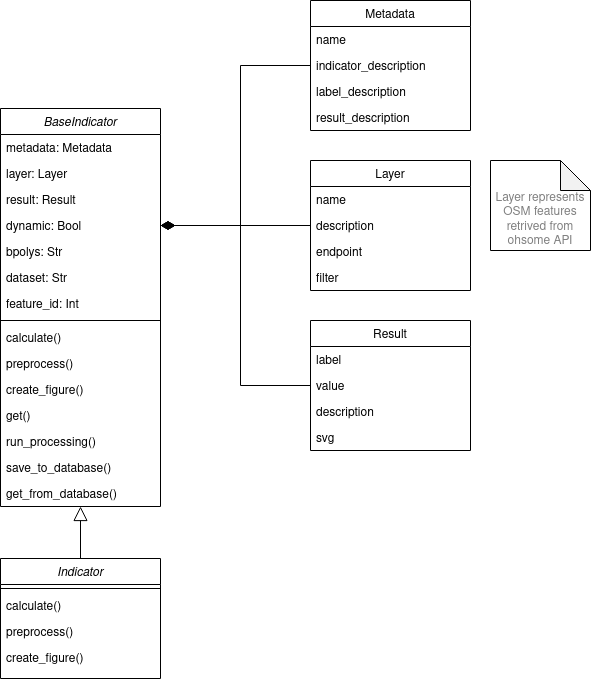
GIScience/ohsome-quality-api keeps this draw.io diagram as docs/UML-Class-Diagram.png. Above is the earlier version. Source tidied: cells renumbered, new cells last; positions are measured from the earlier drawing's top-left corner, leaving out a move shared by most shapes.
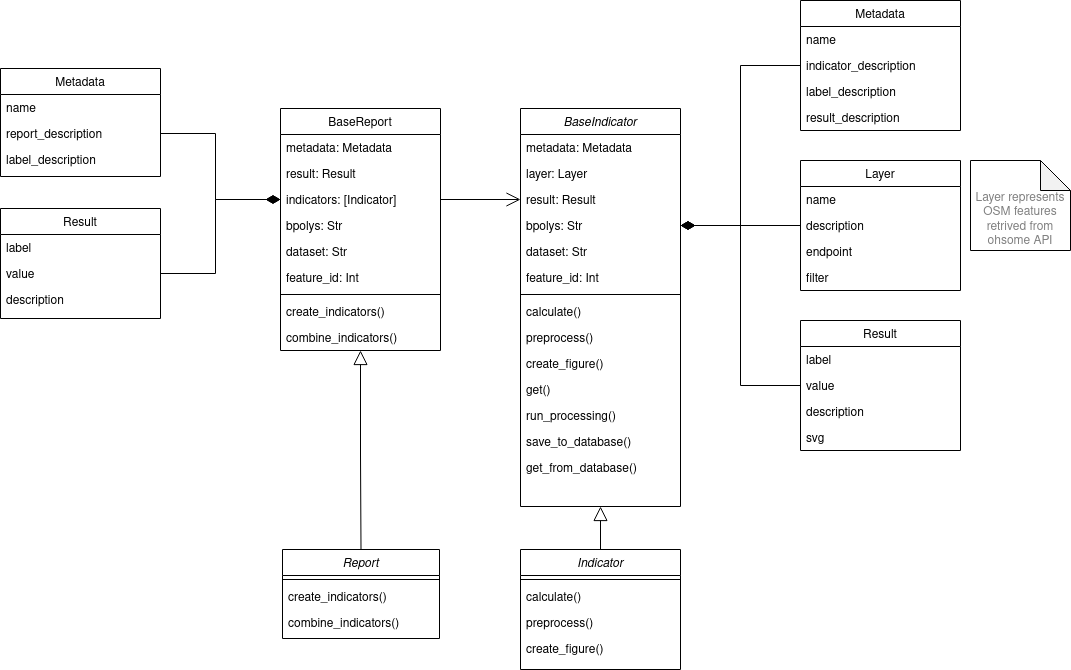
After the change.

Commit message:
Update UML class diagram to match changes

The edit, as a diff of the source:
```diff
@@ -6,7 +6,7 @@
       <mxGeometry relative="1" as="geometry" />
     </mxCell>
     <mxCell id="3" value="BaseIndicator" style="swimlane;fontStyle=2;align=center;verticalAlign=top;horizontal=1;startSize=26;rounded=0;shadow=0;strokeWidth=1;" parent="1" vertex="1">
-      <mxGeometry y="108" width="160" height="398" as="geometry" />
+      <mxGeometry x="20" y="108" width="160" height="398" as="geometry" />
     </mxCell>
     <mxCell id="4" value="metadata: Metadata" style="text;align=left;verticalAlign=top;spacingLeft=4;spacingRight=4;overflow=hidden;" parent="3" vertex="1">
       <mxGeometry y="26" width="160" height="26" as="geometry" />
@@ -17,44 +17,41 @@
     <mxCell id="6" value="result: Result" style="text;align=left;verticalAlign=top;spacingLeft=4;spacingRight=4;overflow=hidden;points=[[0,0.5],[1,0.5]];portConstraint=eastwest;rounded=0;shadow=0;html=0;" parent="3" vertex="1">
       <mxGeometry y="78" width="160" height="26" as="geometry" />
     </mxCell>
-    <mxCell id="7" value="dynamic: Bool" style="text;align=left;verticalAlign=top;spacingLeft=4;spacingRight=4;overflow=hidden;points=[[0,0.5],[1,0.5]];portConstraint=eastwest;rounded=0;shadow=0;html=0;" parent="3" vertex="1">
-      <mxGeometry y="104" width="160" height="26" as="geometry" />
-    </mxCell>
     <mxCell id="8" value="bpolys: Str" style="text;align=left;verticalAlign=top;spacingLeft=4;spacingRight=4;overflow=hidden;rounded=0;shadow=0;html=0;" parent="3" vertex="1">
-      <mxGeometry y="130" width="160" height="26" as="geometry" />
+      <mxGeometry y="104" width="160" height="26" as="geometry" />
     </mxCell>
     <mxCell id="9" value="dataset: Str" style="text;align=left;verticalAlign=top;spacingLeft=4;spacingRight=4;overflow=hidden;rounded=0;shadow=0;html=0;" parent="3" vertex="1">
-      <mxGeometry y="156" width="160" height="26" as="geometry" />
+      <mxGeometry y="130" width="160" height="26" as="geometry" />
     </mxCell>
     <mxCell id="10" value="feature_id: Int" style="text;align=left;verticalAlign=top;spacingLeft=4;spacingRight=4;overflow=hidden;rounded=0;shadow=0;html=0;" parent="3" vertex="1">
-      <mxGeometry y="182" width="160" height="26" as="geometry" />
+      <mxGeometry y="156" width="160" height="26" as="geometry" />
     </mxCell>
     <mxCell id="11" style="line;html=1;strokeWidth=1;align=left;verticalAlign=middle;spacingTop=-1;spacingLeft=3;spacingRight=3;labelPosition=right;" parent="3" vertex="1">
-      <mxGeometry y="208" width="160" height="8" as="geometry" />
+      <mxGeometry y="182" width="160" height="8" as="geometry" />
     </mxCell>
     <mxCell id="12" value="calculate()" style="text;align=left;verticalAlign=top;spacingLeft=4;spacingRight=4;overflow=hidden;" parent="3" vertex="1">
-      <mxGeometry y="216" width="160" height="26" as="geometry" />
+      <mxGeometry y="190" width="160" height="26" as="geometry" />
     </mxCell>
     <mxCell id="13" value="preprocess()" style="text;align=left;verticalAlign=top;spacingLeft=4;spacingRight=4;overflow=hidden;" parent="3" vertex="1">
-      <mxGeometry y="242" width="160" height="26" as="geometry" />
+      <mxGeometry y="216" width="160" height="26" as="geometry" />
     </mxCell>
     <mxCell id="14" value="create_figure()" style="text;align=left;verticalAlign=top;spacingLeft=4;spacingRight=4;overflow=hidden;" parent="3" vertex="1">
-      <mxGeometry y="268" width="160" height="26" as="geometry" />
+      <mxGeometry y="242" width="160" height="26" as="geometry" />
     </mxCell>
     <mxCell id="15" value="get()" style="text;align=left;verticalAlign=top;spacingLeft=4;spacingRight=4;overflow=hidden;" parent="3" vertex="1">
-      <mxGeometry y="294" width="160" height="26" as="geometry" />
+      <mxGeometry y="268" width="160" height="26" as="geometry" />
     </mxCell>
     <mxCell id="16" value="run_processing()" style="text;align=left;verticalAlign=top;spacingLeft=4;spacingRight=4;overflow=hidden;" parent="3" vertex="1">
-      <mxGeometry y="320" width="160" height="26" as="geometry" />
+      <mxGeometry y="294" width="160" height="26" as="geometry" />
     </mxCell>
     <mxCell id="17" value="save_to_database()" style="text;align=left;verticalAlign=top;spacingLeft=4;spacingRight=4;overflow=hidden;" parent="3" vertex="1">
-      <mxGeometry y="346" width="160" height="26" as="geometry" />
+      <mxGeometry y="320" width="160" height="26" as="geometry" />
     </mxCell>
     <mxCell id="18" value="get_from_database()" style="text;align=left;verticalAlign=top;spacingLeft=4;spacingRight=4;overflow=hidden;" parent="3" vertex="1">
-      <mxGeometry y="372" width="160" height="26" as="geometry" />
+      <mxGeometry y="346" width="160" height="26" as="geometry" />
     </mxCell>
     <mxCell id="19" value="Metadata" style="swimlane;fontStyle=0;align=center;verticalAlign=top;horizontal=1;startSize=26;rounded=0;shadow=0;strokeWidth=1;" parent="1" vertex="1">
-      <mxGeometry x="310" width="160" height="130" as="geometry" />
+      <mxGeometry x="300" width="160" height="130" as="geometry" />
     </mxCell>
     <mxCell id="20" value="name" style="text;align=left;verticalAlign=top;spacingLeft=4;spacingRight=4;overflow=hidden;rounded=0;shadow=0;html=0;" parent="19" vertex="1">
       <mxGeometry y="26" width="160" height="26" as="geometry" />
@@ -69,7 +66,7 @@
       <mxGeometry y="104" width="160" height="26" as="geometry" />
     </mxCell>
     <mxCell id="24" value="Layer" style="swimlane;fontStyle=0;align=center;verticalAlign=top;horizontal=1;startSize=26;rounded=0;shadow=0;strokeWidth=1;" parent="1" vertex="1">
-      <mxGeometry x="310" y="160" width="160" height="130" as="geometry" />
+      <mxGeometry x="300" y="160" width="160" height="130" as="geometry" />
     </mxCell>
     <mxCell id="25" value="name" style="text;align=left;verticalAlign=top;spacingLeft=4;spacingRight=4;overflow=hidden;" parent="24" vertex="1">
       <mxGeometry y="26" width="160" height="26" as="geometry" />
@@ -84,7 +81,7 @@
       <mxGeometry y="104" width="160" height="26" as="geometry" />
     </mxCell>
     <mxCell id="29" value="Result" style="swimlane;fontStyle=0;align=center;verticalAlign=top;horizontal=1;startSize=26;rounded=0;shadow=0;strokeWidth=1;" parent="1" vertex="1">
-      <mxGeometry x="310" y="320" width="160" height="130" as="geometry" />
+      <mxGeometry x="300" y="320" width="160" height="130" as="geometry" />
     </mxCell>
     <mxCell id="30" value="label" style="text;align=left;verticalAlign=top;spacingLeft=4;spacingRight=4;overflow=hidden;" parent="29" vertex="1">
       <mxGeometry y="26" width="160" height="26" as="geometry" />
@@ -98,17 +95,23 @@
     <mxCell id="33" value="svg" style="text;align=left;verticalAlign=top;spacingLeft=4;spacingRight=4;overflow=hidden;" parent="29" vertex="1">
       <mxGeometry y="104" width="160" height="26" as="geometry" />
     </mxCell>
-    <mxCell id="34" style="edgeStyle=orthogonalEdgeStyle;rounded=0;jumpStyle=none;jettySize=auto;html=1;exitX=0;exitY=0.5;exitDx=0;exitDy=0;entryX=1;entryY=0.5;entryDx=0;entryDy=0;endArrow=diamondThin;endFill=1;endSize=12;" parent="1" edge="1" source="21" target="7">
-      <mxGeometry relative="1" as="geometry" />
+    <mxCell id="34" style="edgeStyle=elbowEdgeStyle;rounded=0;jumpStyle=none;jettySize=auto;html=1;exitX=0;exitY=0.5;exitDx=0;exitDy=0;entryX=1;entryY=0.5;entryDx=0;entryDy=0;endArrow=diamondThin;endFill=1;endSize=12;" parent="1" edge="1" source="21">
+      <mxGeometry relative="1" as="geometry">
+        <mxPoint x="180" y="225" as="targetPoint" />
+      </mxGeometry>
     </mxCell>
-    <mxCell id="35" style="edgeStyle=orthogonalEdgeStyle;rounded=0;jumpStyle=none;jettySize=auto;html=1;exitX=0;exitY=0.5;exitDx=0;exitDy=0;entryX=1;entryY=0.5;entryDx=0;entryDy=0;endArrow=diamondThin;endFill=1;endSize=12;" parent="1" edge="1" source="26" target="7">
-      <mxGeometry relative="1" as="geometry" />
+    <mxCell id="35" style="edgeStyle=orthogonalEdgeStyle;rounded=0;jumpStyle=none;jettySize=auto;html=1;exitX=0;exitY=0.5;exitDx=0;exitDy=0;entryX=1;entryY=0.5;entryDx=0;entryDy=0;endArrow=diamondThin;endFill=1;endSize=12;" parent="1" edge="1" source="26">
+      <mxGeometry relative="1" as="geometry">
+        <mxPoint x="180" y="225" as="targetPoint" />
+      </mxGeometry>
     </mxCell>
-    <mxCell id="36" style="edgeStyle=orthogonalEdgeStyle;rounded=0;jumpStyle=none;jettySize=auto;html=1;exitX=0;exitY=0.5;exitDx=0;exitDy=0;entryX=1;entryY=0.5;entryDx=0;entryDy=0;endArrow=diamondThin;endFill=1;endSize=12;" parent="1" edge="1" source="31" target="7">
-      <mxGeometry relative="1" as="geometry" />
+    <mxCell id="36" style="edgeStyle=elbowEdgeStyle;rounded=0;jumpStyle=none;jettySize=auto;html=1;exitX=0;exitY=0.5;exitDx=0;exitDy=0;endArrow=diamondThin;endFill=1;endSize=12;" parent="1" edge="1" source="31">
+      <mxGeometry relative="1" as="geometry">
+        <mxPoint x="180" y="225" as="targetPoint" />
+      </mxGeometry>
     </mxCell>
     <mxCell id="37" value="Indicator" style="swimlane;fontStyle=2;align=center;verticalAlign=top;horizontal=1;startSize=26;rounded=0;shadow=0;strokeWidth=1;" parent="1" vertex="1">
-      <mxGeometry y="558" width="160" height="120" as="geometry" />
+      <mxGeometry x="20" y="549" width="160" height="120" as="geometry" />
     </mxCell>
     <mxCell id="38" style="line;html=1;strokeWidth=1;align=left;verticalAlign=middle;spacingTop=-1;spacingLeft=3;spacingRight=3;labelPosition=right;" parent="37" vertex="1">
       <mxGeometry y="26" width="160" height="8" as="geometry" />
@@ -123,7 +126,85 @@
       <mxGeometry y="86" width="160" height="26" as="geometry" />
     </mxCell>
     <mxCell id="42" value="&lt;br&gt;&lt;br&gt;&lt;font color=&quot;#808080&quot;&gt;Layer represents OSM features retrived from ohsome API&lt;/font&gt;" style="shape=note;whiteSpace=wrap;html=1;backgroundOutline=1;darkOpacity=0.05;" parent="1" vertex="1">
-      <mxGeometry x="490" y="160" width="100" height="90" as="geometry" />
+      <mxGeometry x="470" y="160" width="100" height="90" as="geometry" />
     </mxCell>
+    <mxCell id="43" value="Metadata" style="swimlane;fontStyle=0;align=center;verticalAlign=top;horizontal=1;startSize=26;rounded=0;shadow=0;strokeWidth=1;" parent="1" vertex="1">
+      <mxGeometry x="-500" y="68" width="160" height="108" as="geometry" />
+    </mxCell>
+    <mxCell id="44" value="name" style="text;align=left;verticalAlign=top;spacingLeft=4;spacingRight=4;overflow=hidden;rounded=0;shadow=0;html=0;" parent="43" vertex="1">
+      <mxGeometry y="26" width="160" height="26" as="geometry" />
+    </mxCell>
+    <mxCell id="45" value="report_description" style="text;align=left;verticalAlign=top;spacingLeft=4;spacingRight=4;overflow=hidden;points=[[0,0.5],[1,0.5]];portConstraint=eastwest;rounded=0;shadow=0;html=0;" parent="43" vertex="1">
+      <mxGeometry y="52" width="160" height="26" as="geometry" />
+    </mxCell>
+    <mxCell id="46" value="label_description" style="text;align=left;verticalAlign=top;spacingLeft=4;spacingRight=4;overflow=hidden;rounded=0;shadow=0;html=0;" parent="43" vertex="1">
+      <mxGeometry y="78" width="160" height="26" as="geometry" />
+    </mxCell>
+    <mxCell id="47" value="BaseReport" style="swimlane;fontStyle=0;align=center;verticalAlign=top;horizontal=1;startSize=26;rounded=0;shadow=0;strokeWidth=1;" parent="1" vertex="1">
+      <mxGeometry x="-220" y="108" width="160" height="242" as="geometry" />
+    </mxCell>
+    <mxCell id="48" value="metadata: Metadata" style="text;align=left;verticalAlign=top;spacingLeft=4;spacingRight=4;overflow=hidden;rounded=0;shadow=0;html=0;" parent="47" vertex="1">
+      <mxGeometry y="26" width="160" height="26" as="geometry" />
+    </mxCell>
+    <mxCell id="49" value="result: Result" style="text;align=left;verticalAlign=top;spacingLeft=4;spacingRight=4;overflow=hidden;rounded=0;shadow=0;html=0;" parent="47" vertex="1">
+      <mxGeometry y="52" width="160" height="26" as="geometry" />
+    </mxCell>
+    <mxCell id="50" value="indicators: [Indicator]" style="text;align=left;verticalAlign=top;spacingLeft=4;spacingRight=4;overflow=hidden;points=[[0,0.5],[1,0.5]];portConstraint=eastwest;rounded=0;shadow=0;html=0;" parent="47" vertex="1">
+      <mxGeometry y="78" width="160" height="26" as="geometry" />
+    </mxCell>
+    <mxCell id="51" value="bpolys: Str" style="text;align=left;verticalAlign=top;spacingLeft=4;spacingRight=4;overflow=hidden;rounded=0;shadow=0;html=0;" parent="47" vertex="1">
+      <mxGeometry y="104" width="160" height="26" as="geometry" />
+    </mxCell>
+    <mxCell id="52" value="dataset: Str" style="text;align=left;verticalAlign=top;spacingLeft=4;spacingRight=4;overflow=hidden;rounded=0;shadow=0;html=0;" parent="47" vertex="1">
+      <mxGeometry y="130" width="160" height="26" as="geometry" />
+    </mxCell>
+    <mxCell id="53" value="feature_id: Int" style="text;align=left;verticalAlign=top;spacingLeft=4;spacingRight=4;overflow=hidden;rounded=0;shadow=0;html=0;" parent="47" vertex="1">
+      <mxGeometry y="156" width="160" height="26" as="geometry" />
+    </mxCell>
+    <mxCell id="54" style="line;html=1;strokeWidth=1;align=left;verticalAlign=middle;spacingTop=-1;spacingLeft=3;spacingRight=3;labelPosition=right;" parent="47" vertex="1">
+      <mxGeometry y="182" width="160" height="8" as="geometry" />
+    </mxCell>
+    <mxCell id="55" value="create_indicators()" style="text;align=left;verticalAlign=top;spacingLeft=4;spacingRight=4;overflow=hidden;rounded=0;shadow=0;html=0;" parent="47" vertex="1">
+      <mxGeometry y="190" width="160" height="26" as="geometry" />
+    </mxCell>
+    <mxCell id="56" value="combine_indicators()" style="text;align=left;verticalAlign=top;spacingLeft=4;spacingRight=4;overflow=hidden;" parent="47" vertex="1">
+      <mxGeometry y="216" width="160" height="26" as="geometry" />
+    </mxCell>
+    <mxCell id="57" value="Result" style="swimlane;fontStyle=0;align=center;verticalAlign=top;horizontal=1;startSize=26;rounded=0;shadow=0;strokeWidth=1;" parent="1" vertex="1">
+      <mxGeometry x="-500" y="208" width="160" height="110" as="geometry" />
+    </mxCell>
+    <mxCell id="58" value="label" style="text;align=left;verticalAlign=top;spacingLeft=4;spacingRight=4;overflow=hidden;" parent="57" vertex="1">
+      <mxGeometry y="26" width="160" height="26" as="geometry" />
+    </mxCell>
+    <mxCell id="59" value="value" style="text;align=left;verticalAlign=top;spacingLeft=4;spacingRight=4;overflow=hidden;points=[[0,0.5],[1,0.5]];portConstraint=eastwest;" parent="57" vertex="1">
+      <mxGeometry y="52" width="160" height="26" as="geometry" />
+    </mxCell>
+    <mxCell id="60" value="description" style="text;align=left;verticalAlign=top;spacingLeft=4;spacingRight=4;overflow=hidden;" parent="57" vertex="1">
+      <mxGeometry y="78" width="160" height="26" as="geometry" />
+    </mxCell>
+    <mxCell id="61" value="Report" style="swimlane;fontStyle=2;align=center;verticalAlign=top;horizontal=1;startSize=26;rounded=0;shadow=0;strokeWidth=1;" parent="1" vertex="1">
+      <mxGeometry x="-218" y="549" width="157" height="89" as="geometry" />
+    </mxCell>
+    <mxCell id="62" style="line;html=1;strokeWidth=1;align=left;verticalAlign=middle;spacingTop=-1;spacingLeft=3;spacingRight=3;labelPosition=right;" parent="61" vertex="1">
+      <mxGeometry y="26" width="157" height="8" as="geometry" />
+    </mxCell>
+    <mxCell id="63" value="create_indicators()" style="text;align=left;verticalAlign=top;spacingLeft=4;spacingRight=4;overflow=hidden;" parent="61" vertex="1">
+      <mxGeometry y="34" width="157" height="26" as="geometry" />
+    </mxCell>
+    <mxCell id="64" value="combine_indicators()" style="text;align=left;verticalAlign=top;spacingLeft=4;spacingRight=4;overflow=hidden;" parent="61" vertex="1">
+      <mxGeometry y="60" width="157" height="26" as="geometry" />
+    </mxCell>
+    <mxCell id="65" style="edgeStyle=orthogonalEdgeStyle;rounded=0;jumpStyle=none;jettySize=auto;html=1;startSize=12;endArrow=none;endFill=0;endSize=12;startArrow=block;startFill=0;entryX=0.5;entryY=0;entryDx=0;entryDy=0;exitX=0.5;exitY=1;exitDx=0;exitDy=0;" parent="1" edge="1" source="47" target="61">
+      <mxGeometry relative="1" as="geometry" />
+    </mxCell>
+    <mxCell id="66" style="edgeStyle=orthogonalEdgeStyle;rounded=0;jumpStyle=none;jettySize=auto;html=1;exitX=1;exitY=0.5;exitDx=0;exitDy=0;entryX=0;entryY=0.5;entryDx=0;entryDy=0;endArrow=diamondThin;endFill=1;endSize=12;" parent="1" edge="1" source="45" target="50">
+      <mxGeometry relative="1" as="geometry" />
+    </mxCell>
+    <mxCell id="67" style="edgeStyle=orthogonalEdgeStyle;rounded=0;jumpStyle=none;jettySize=auto;html=1;exitX=1;exitY=0.5;exitDx=0;exitDy=0;entryX=0;entryY=0.5;entryDx=0;entryDy=0;endArrow=diamondThin;endFill=1;endSize=12;" parent="1" edge="1" source="59" target="50">
+      <mxGeometry relative="1" as="geometry" />
+    </mxCell>
+    <mxCell id="68" style="edgeStyle=orthogonalEdgeStyle;rounded=0;jettySize=auto;html=1;entryX=0;entryY=0.5;entryDx=0;entryDy=0;endArrow=open;endFill=0;endSize=12;" parent="1" edge="1" source="50" target="6">
+      <mxGeometry relative="1" as="geometry" />
+    </mxCell>
   </root>
 </mxGraphModel>
```
